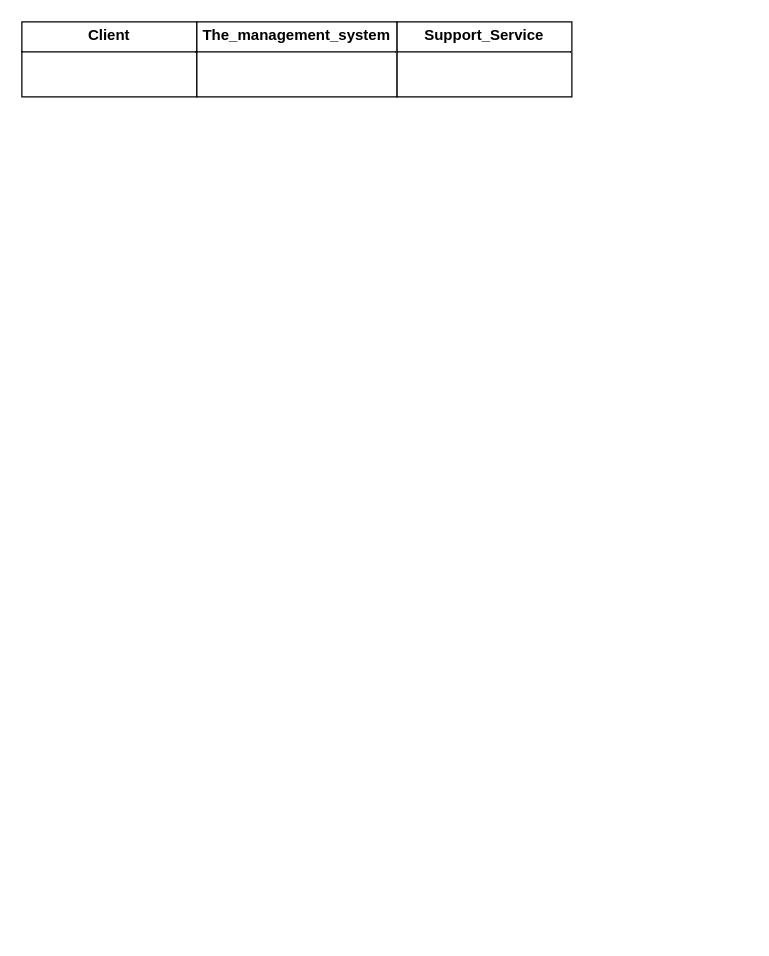
This is page "Page-2" (2 of 3) of Untitled Diagram.drawio from Helpmepleaseitishard/Aikms, a draw.io file, before an edit. Source tidied: cells renumbered, new cells numbered last; positions are measured from the earlier drawing's top-left corner, leaving out a move shared by most shapes. Both pictures are drawn from the tidied source at 125%, with x=0, y=0 at pixel (21, 21).
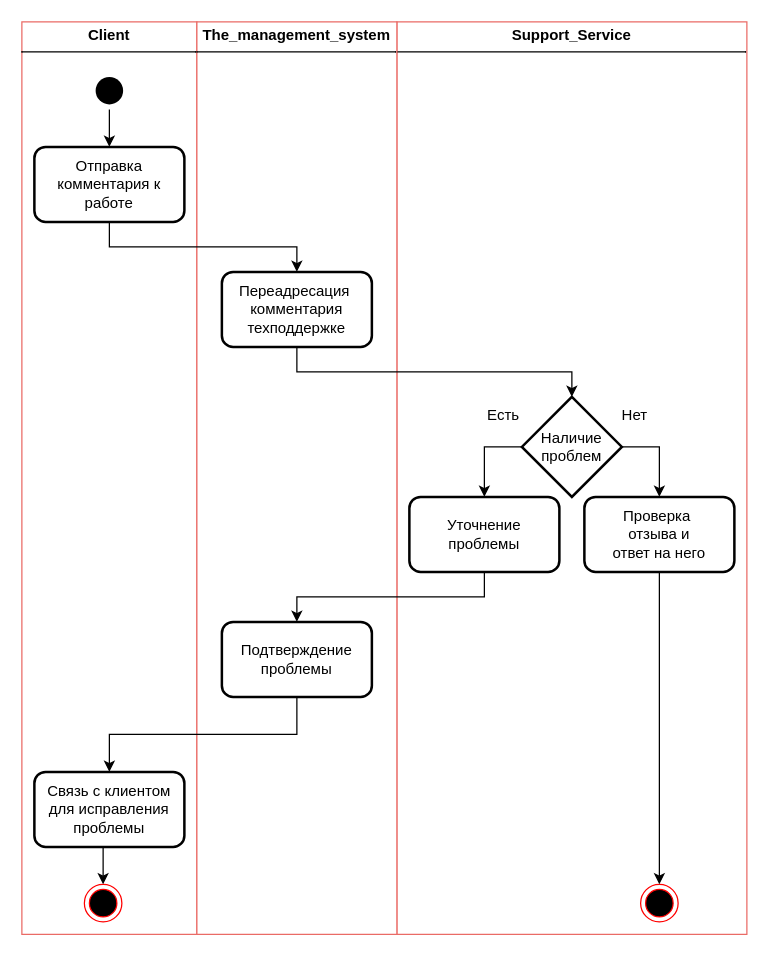
The same page after the edit.

The edit, as a diff of the source:
```diff
@@
-    <mxCell id="2" value="&lt;p style=&quot;margin:0px;margin-top:4px;text-align:center;&quot;&gt;&lt;b&gt;Client&lt;/b&gt;&lt;/p&gt;&lt;hr size=&quot;1&quot; style=&quot;border-style:solid;&quot;&gt;&lt;div style=&quot;height:2px;&quot;&gt;&lt;/div&gt;" style="verticalAlign=top;align=left;overflow=fill;html=1;whiteSpace=wrap;" parent="1" vertex="1">
-      <mxGeometry width="140" height="60" as="geometry" />
+    <mxCell id="2" value="&lt;p style=&quot;margin:0px;margin-top:4px;text-align:center;&quot;&gt;&lt;b&gt;Client&lt;/b&gt;&lt;/p&gt;&lt;hr size=&quot;1&quot; style=&quot;border-style:solid;&quot;&gt;&lt;div style=&quot;height:2px;&quot;&gt;&lt;/div&gt;" style="verticalAlign=top;align=left;overflow=fill;html=1;whiteSpace=wrap;strokeColor=#EA6B66;" parent="1" vertex="1">
+      <mxGeometry width="140" height="730" as="geometry" />
     </mxCell>
-    <mxCell id="3" value="&lt;p style=&quot;margin:0px;margin-top:4px;text-align:center;&quot;&gt;&lt;b&gt;Support_Service&lt;/b&gt;&lt;/p&gt;&lt;hr size=&quot;1&quot; style=&quot;border-style:solid;&quot;&gt;&lt;div style=&quot;height:2px;&quot;&gt;&lt;/div&gt;" style="verticalAlign=top;align=left;overflow=fill;html=1;whiteSpace=wrap;" parent="1" vertex="1">
-      <mxGeometry x="300" width="140" height="60" as="geometry" />
+    <mxCell id="3" value="&lt;p style=&quot;margin:0px;margin-top:4px;text-align:center;&quot;&gt;&lt;b&gt;Support_Service&lt;/b&gt;&lt;/p&gt;&lt;hr size=&quot;1&quot; style=&quot;border-style:solid;&quot;&gt;&lt;div style=&quot;height:2px;&quot;&gt;&lt;/div&gt;" style="verticalAlign=top;align=left;overflow=fill;html=1;whiteSpace=wrap;strokeColor=#EA6B66;" parent="1" vertex="1">
+      <mxGeometry x="300" width="280" height="730" as="geometry" />
     </mxCell>
-    <mxCell id="4" value="&lt;p style=&quot;margin:0px;margin-top:4px;text-align:center;&quot;&gt;&lt;b&gt;The_management_system&lt;/b&gt;&lt;/p&gt;&lt;hr size=&quot;1&quot; style=&quot;border-style:solid;&quot;&gt;&lt;div style=&quot;height:2px;&quot;&gt;&lt;/div&gt;" style="verticalAlign=top;align=left;overflow=fill;html=1;whiteSpace=wrap;" parent="1" vertex="1">
-      <mxGeometry x="140" width="160" height="60" as="geometry" />
+    <mxCell id="4" value="&lt;p style=&quot;margin:0px;margin-top:4px;text-align:center;&quot;&gt;&lt;b&gt;The_management_system&lt;/b&gt;&lt;/p&gt;&lt;hr size=&quot;1&quot; style=&quot;border-style:solid;&quot;&gt;&lt;div style=&quot;height:2px;&quot;&gt;&lt;/div&gt;" style="verticalAlign=top;align=left;overflow=fill;html=1;whiteSpace=wrap;strokeColor=#EA6B66;" parent="1" vertex="1">
+      <mxGeometry x="140" width="160" height="730" as="geometry" />
     </mxCell>
+    <mxCell id="5" style="ellipse;html=1;shape=endState;fillColor=#000000;strokeColor=#ff0000;" parent="1" vertex="1">
+      <mxGeometry x="50" y="690" width="30" height="30" as="geometry" />
+    </mxCell>
+    <mxCell id="6" style="ellipse;html=1;shape=endState;fillColor=#000000;strokeColor=#ff0000;" parent="1" vertex="1">
+      <mxGeometry x="495" y="690" width="30" height="30" as="geometry" />
+    </mxCell>
+    <mxCell id="7" style="edgeStyle=orthogonalEdgeStyle;rounded=0;jettySize=auto;html=1;exitX=0.5;exitY=1;exitDx=0;exitDy=0;entryX=0.5;entryY=0;entryDx=0;entryDy=0;" parent="1" edge="1" source="8" target="10">
+      <mxGeometry relative="1" as="geometry" />
+    </mxCell>
+    <mxCell id="8" style="ellipse;html=1;shape=endState;fillColor=#000000;strokeColor=none;" parent="1" vertex="1">
+      <mxGeometry x="55" y="40" width="30" height="30" as="geometry" />
+    </mxCell>
+    <mxCell id="9" style="edgeStyle=orthogonalEdgeStyle;rounded=0;jettySize=auto;html=1;exitX=0.5;exitY=1;exitDx=0;exitDy=0;entryX=0.5;entryY=0;entryDx=0;entryDy=0;" parent="1" edge="1" source="10" target="15">
+      <mxGeometry relative="1" as="geometry" />
+    </mxCell>
+    <mxCell id="10" value="Отправка комментария к работе" style="rounded=1;whiteSpace=wrap;html=1;strokeWidth=2;" parent="1" vertex="1">
+      <mxGeometry x="10" y="100" width="120" height="60" as="geometry" />
+    </mxCell>
+    <mxCell id="11" style="edgeStyle=orthogonalEdgeStyle;rounded=0;jettySize=auto;html=1;exitX=1;exitY=0.5;exitDx=0;exitDy=0;entryX=0.5;entryY=0;entryDx=0;entryDy=0;" parent="1" edge="1" source="13" target="17">
+      <mxGeometry relative="1" as="geometry" />
+    </mxCell>
+    <mxCell id="12" style="edgeStyle=orthogonalEdgeStyle;rounded=0;jettySize=auto;html=1;exitX=0;exitY=0.5;exitDx=0;exitDy=0;entryX=0.5;entryY=0;entryDx=0;entryDy=0;" parent="1" edge="1" source="13" target="19">
+      <mxGeometry relative="1" as="geometry" />
+    </mxCell>
+    <mxCell id="13" value="Наличие проблем" style="rhombus;whiteSpace=wrap;html=1;strokeWidth=2;" parent="1" vertex="1">
+      <mxGeometry x="400" y="300" width="80" height="80" as="geometry" />
+    </mxCell>
+    <mxCell id="14" style="edgeStyle=orthogonalEdgeStyle;rounded=0;jettySize=auto;html=1;exitX=0.5;exitY=1;exitDx=0;exitDy=0;entryX=0.5;entryY=0;entryDx=0;entryDy=0;" parent="1" edge="1" source="15" target="13">
+      <mxGeometry relative="1" as="geometry" />
+    </mxCell>
+    <mxCell id="15" value="&lt;div&gt;Переадресация&amp;nbsp;&lt;/div&gt;&lt;div&gt;комментария техподдержке&lt;/div&gt;" style="rounded=1;whiteSpace=wrap;html=1;strokeWidth=2;" parent="1" vertex="1">
+      <mxGeometry x="160" y="200" width="120" height="60" as="geometry" />
+    </mxCell>
+    <mxCell id="16" style="edgeStyle=orthogonalEdgeStyle;rounded=0;jettySize=auto;html=1;exitX=0.5;exitY=1;exitDx=0;exitDy=0;entryX=0.5;entryY=0;entryDx=0;entryDy=0;" parent="1" edge="1" source="17" target="6">
+      <mxGeometry relative="1" as="geometry" />
+    </mxCell>
+    <mxCell id="17" value="&lt;div&gt;Проверка&amp;nbsp;&lt;/div&gt;&lt;div&gt;отзыва и &lt;br&gt;&lt;/div&gt;&lt;div&gt;ответ на него&lt;br&gt;&lt;/div&gt;" style="rounded=1;whiteSpace=wrap;html=1;strokeWidth=2;" parent="1" vertex="1">
+      <mxGeometry x="450" y="380" width="120" height="60" as="geometry" />
+    </mxCell>
+    <mxCell id="18" style="edgeStyle=orthogonalEdgeStyle;rounded=0;jettySize=auto;html=1;exitX=0.5;exitY=1;exitDx=0;exitDy=0;entryX=0.5;entryY=0;entryDx=0;entryDy=0;" parent="1" edge="1" source="19" target="21">
+      <mxGeometry relative="1" as="geometry" />
+    </mxCell>
+    <mxCell id="19" value="Уточнение проблемы" style="rounded=1;whiteSpace=wrap;html=1;strokeWidth=2;" parent="1" vertex="1">
+      <mxGeometry x="310" y="380" width="120" height="60" as="geometry" />
+    </mxCell>
+    <mxCell id="20" style="edgeStyle=orthogonalEdgeStyle;rounded=0;jettySize=auto;html=1;exitX=0.5;exitY=1;exitDx=0;exitDy=0;entryX=0.5;entryY=0;entryDx=0;entryDy=0;" parent="1" edge="1" source="21" target="23">
+      <mxGeometry relative="1" as="geometry" />
+    </mxCell>
+    <mxCell id="21" value="Подтверждение проблемы" style="rounded=1;whiteSpace=wrap;html=1;strokeWidth=2;" parent="1" vertex="1">
+      <mxGeometry x="160" y="480" width="120" height="60" as="geometry" />
+    </mxCell>
+    <mxCell id="22" style="edgeStyle=orthogonalEdgeStyle;rounded=0;jettySize=auto;html=1;exitX=0.5;exitY=1;exitDx=0;exitDy=0;entryX=0.5;entryY=0;entryDx=0;entryDy=0;" parent="1" edge="1" source="23" target="5">
+      <mxGeometry relative="1" as="geometry" />
+    </mxCell>
+    <mxCell id="23" value="Связь с клиентом для исправления проблемы" style="rounded=1;whiteSpace=wrap;html=1;strokeWidth=2;" parent="1" vertex="1">
+      <mxGeometry x="10" y="600" width="120" height="60" as="geometry" />
+    </mxCell>
+    <mxCell id="24" value="Есть" style="text;html=1;align=center;verticalAlign=middle;strokeColor=none;fillColor=none;" parent="1" vertex="1">
+      <mxGeometry x="360" y="300" width="50" height="30" as="geometry" />
+    </mxCell>
+    <mxCell id="25" value="Нет" style="text;html=1;align=center;verticalAlign=middle;strokeColor=none;fillColor=none;" parent="1" vertex="1">
+      <mxGeometry x="470" y="300" width="40" height="30" as="geometry" />
+    </mxCell>
```
